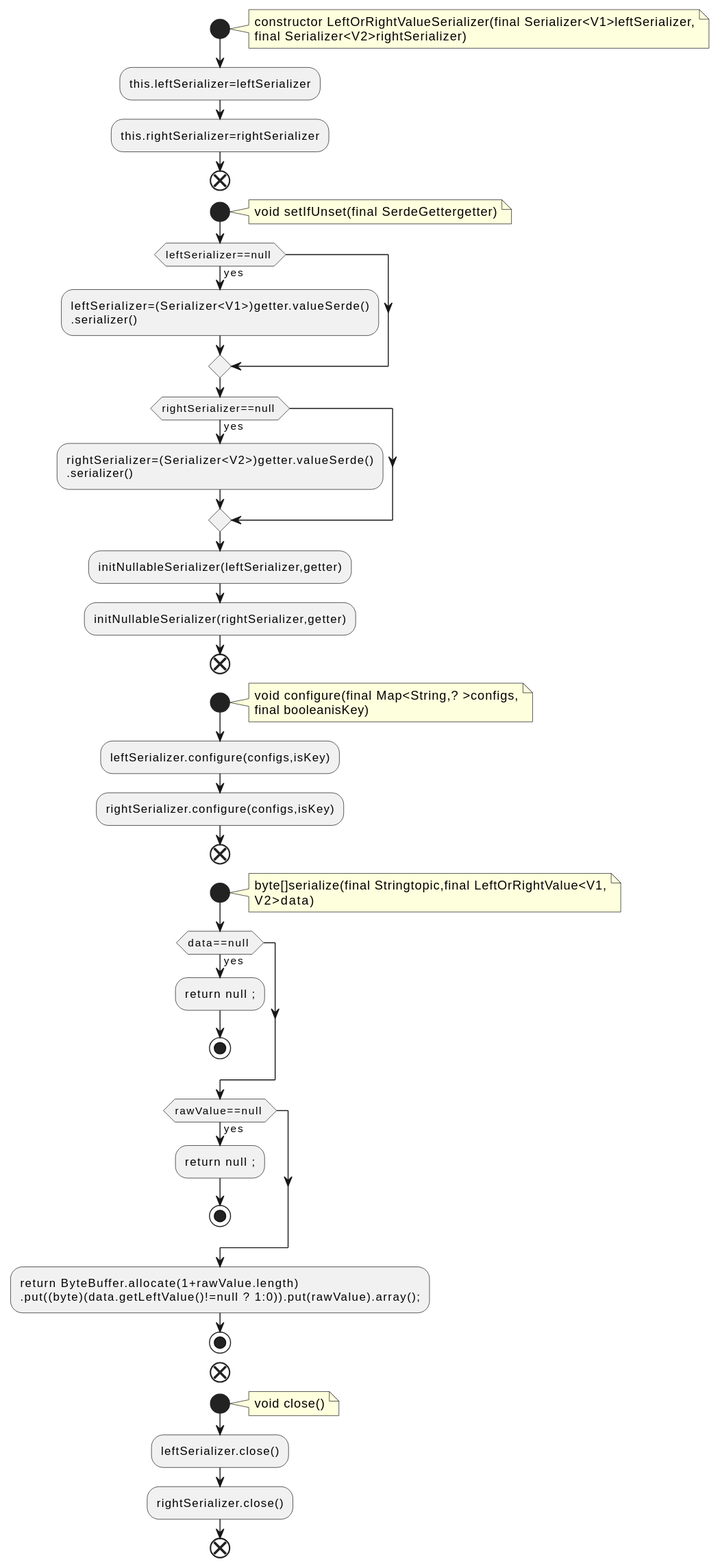
qualitesys/kafka keeps this PlantUML diagram as docs/qc/streams/src/main/java/org/apache/kafka/streams/state/internals/LeftOrRightValueSerializer.java.fct.svg. Above is the earlier version.
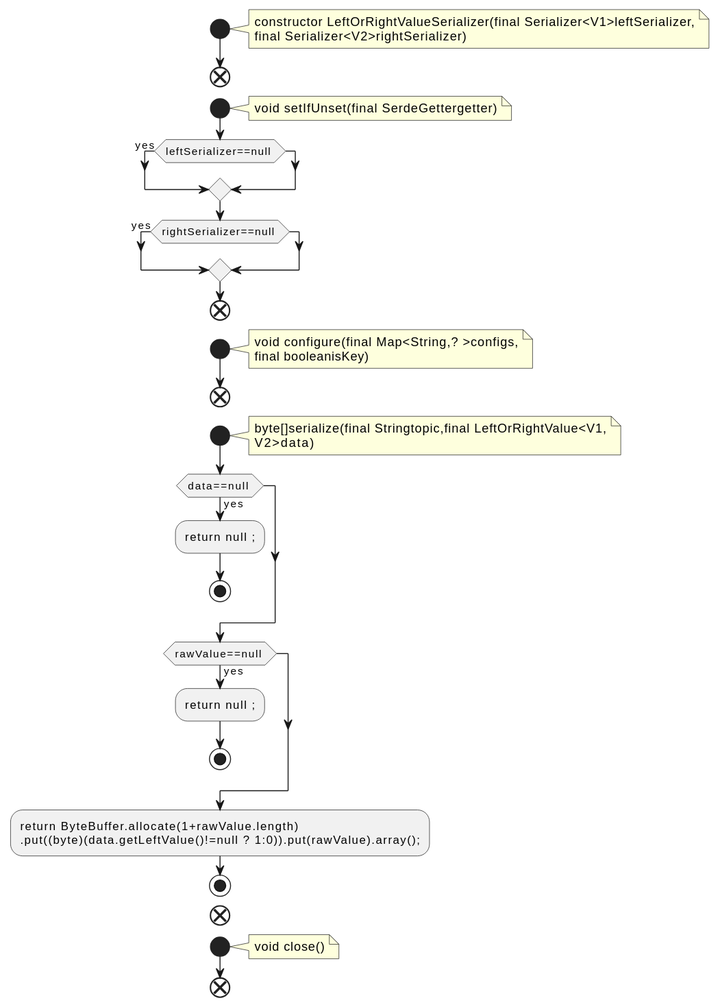
The same file after the commit.

What changed in the source:
```diff
@@ -5,31 +5,21 @@
 constructor LeftOrRightValueSerializer(final Serializer<V1>leftSerializer,
 final Serializer<V2>rightSerializer)
 end note
-:this.leftSerializer=leftSerializer;
-:this.rightSerializer=rightSerializer;
 end
 start
 note right
 void setIfUnset(final SerdeGettergetter)
 end note
 if (leftSerializer==null ) then (yes)
-:leftSerializer=(Serializer<V1>)getter.valueSerde()
-.serializer();
 endif
 if (rightSerializer==null ) then (yes)
-:rightSerializer=(Serializer<V2>)getter.valueSerde()
-.serializer();
 endif
-:initNullableSerializer(leftSerializer,getter);
-:initNullableSerializer(rightSerializer,getter);
 end
 start
 note right
 void configure(final Map<String,? >configs,
 final booleanisKey)
 end note
-:leftSerializer.configure(configs,isKey);
-:rightSerializer.configure(configs,isKey);
 end
 start
 note right
@@ -52,7 +42,5 @@
 note right
 void close()
 end note
-:leftSerializer.close();
-:rightSerializer.close();
 end
 @enduml
```
